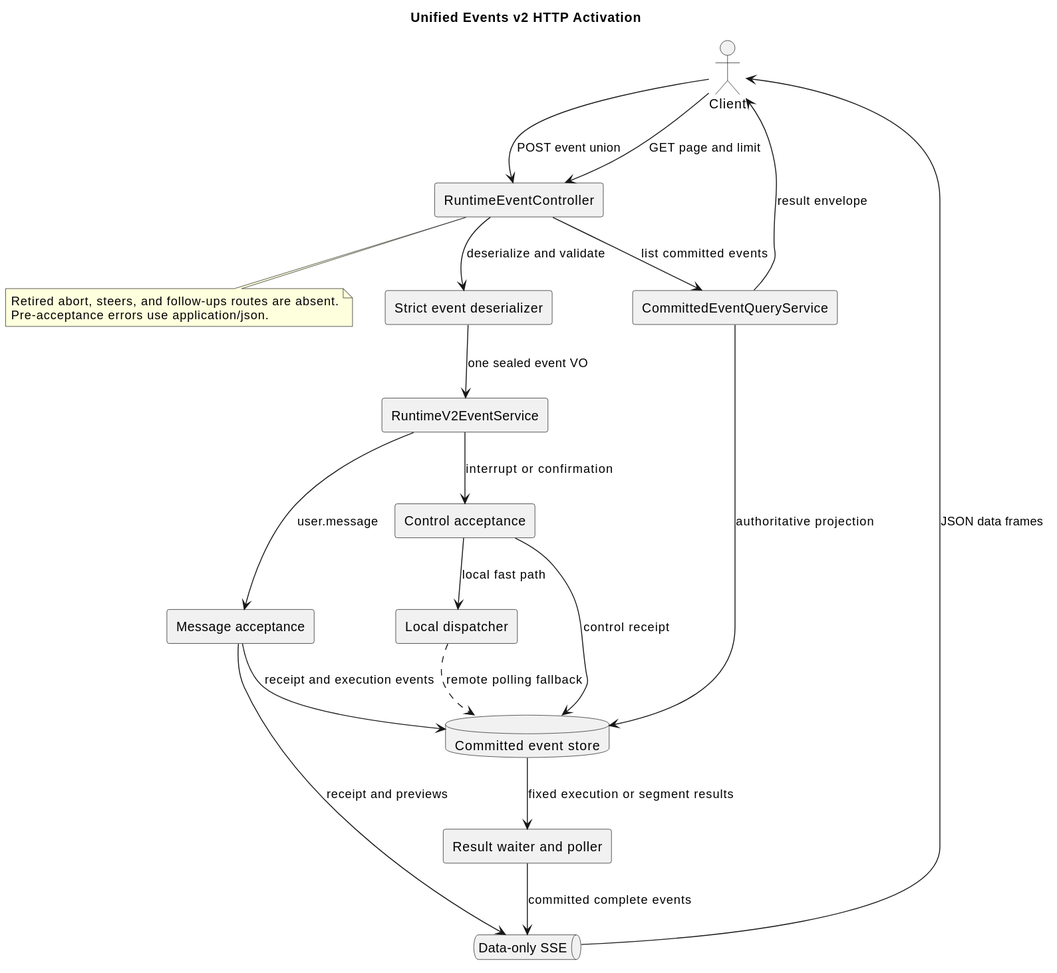
The PlantUML diagram docs/designs/runtime-events-http-v2/unified_events_http.svg in 2862282695gjh-afk/pi-mono-java, before a commit.
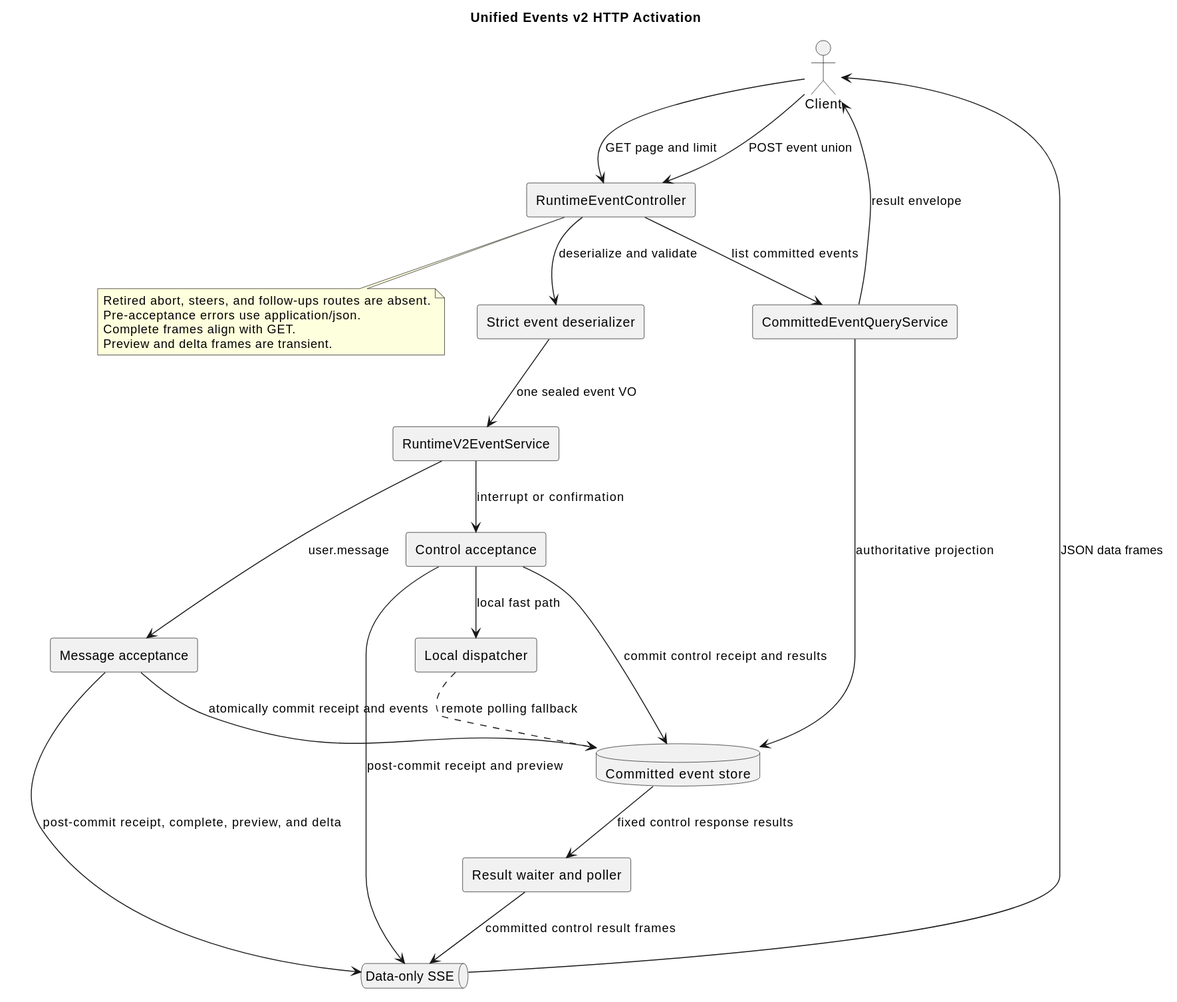
After the commit.

The edit, as a diff of the source:
```diff
@@ -20,11 +20,12 @@
 service --> control : interrupt or confirmation
 control --> dispatcher : local fast path
 dispatcher ..> store : remote polling fallback
-message --> store : receipt and execution events
-control --> store : control receipt
-store --> result : fixed execution or segment results
-result --> sse : committed complete events
-message --> sse : receipt and previews
+message --> store : atomically commit receipt and events
+message --> sse : post-commit receipt, complete, preview, and delta
+control --> store : commit control receipt and results
+control --> sse : post-commit receipt and preview
+store --> result : fixed control response results
+result --> sse : committed control result frames
 sse --> client : JSON data frames
 
 client --> controller : GET page and limit
@@ -35,5 +36,7 @@
 note bottom of controller
 Retired abort, steers, and follow-ups routes are absent.
 Pre-acceptance errors use application/json.
+Complete frames align with GET.
+Preview and delta frames are transient.
 end note
 @enduml
```
